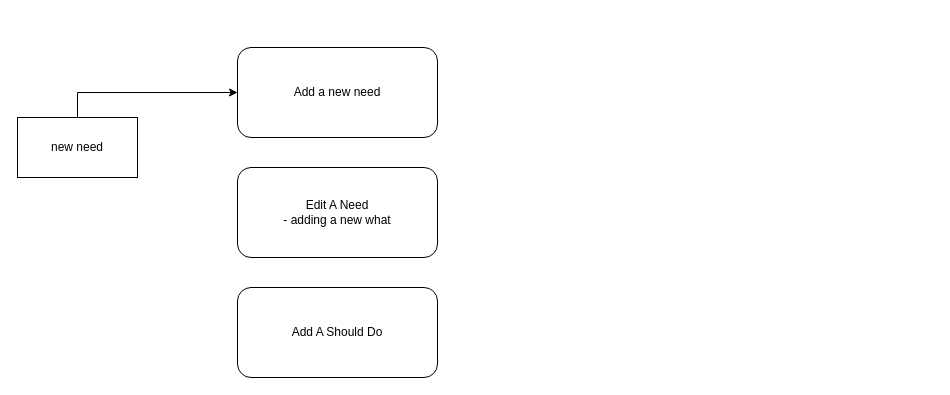
This is shouldist.drawio from appsparkler/draw.io, a draw.io file, before an edit. Source tidied: cells renumbered, new cells numbered last; positions are measured from the earlier drawing's top-left corner, leaving out a move shared by most shapes. Both pictures are drawn from the tidied source at 100%, with x=0, y=0 at pixel (17, 47).
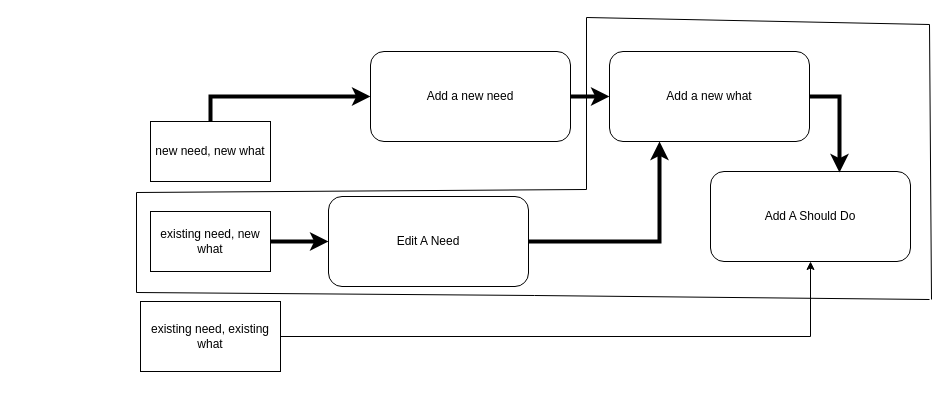
Above is the later version.

What changed in the source:
```diff
@@
+    <mxCell id="7" style="edgeStyle=orthogonalEdgeStyle;rounded=0;jettySize=auto;html=1;entryX=0.25;entryY=1;entryDx=0;entryDy=0;strokeWidth=4;" parent="1" edge="1" source="2" target="14">
+      <mxGeometry relative="1" as="geometry" />
+    </mxCell>
-    <mxCell id="2" value="Edit A Need&lt;br&gt;- adding a new what" style="rounded=1;whiteSpace=wrap;html=1;" parent="1" vertex="1">
-      <mxGeometry x="220" y="120" width="200" height="90" as="geometry" />
+    <mxCell id="2" value="Edit A Need" style="rounded=1;whiteSpace=wrap;html=1;" parent="1" vertex="1">
+      <mxGeometry x="311" y="149" width="200" height="90" as="geometry" />
     </mxCell>
     <mxCell id="3" value="Add A Should Do" style="rounded=1;whiteSpace=wrap;html=1;" parent="1" vertex="1">
-      <mxGeometry x="220" y="240" width="200" height="90" as="geometry" />
+      <mxGeometry x="693" y="124" width="200" height="90" as="geometry" />
     </mxCell>
+    <mxCell id="8" style="edgeStyle=orthogonalEdgeStyle;rounded=0;jettySize=auto;html=1;strokeWidth=4;" parent="1" edge="1" source="4" target="14">
+      <mxGeometry relative="1" as="geometry" />
+    </mxCell>
     <mxCell id="4" value="Add a new need&lt;br&gt;" style="rounded=1;whiteSpace=wrap;html=1;" parent="1" vertex="1">
-      <mxGeometry x="220" width="200" height="90" as="geometry" />
+      <mxGeometry x="353" y="4" width="200" height="90" as="geometry" />
     </mxCell>
-    <mxCell id="5" style="edgeStyle=orthogonalEdgeStyle;rounded=0;jettySize=auto;html=1;entryX=0;entryY=0.5;entryDx=0;entryDy=0;exitX=0.5;exitY=0;exitDx=0;exitDy=0;" parent="1" edge="1" source="6" target="4">
+    <mxCell id="5" style="edgeStyle=orthogonalEdgeStyle;rounded=0;jettySize=auto;html=1;entryX=0;entryY=0.5;entryDx=0;entryDy=0;exitX=0.5;exitY=0;exitDx=0;exitDy=0;strokeWidth=4;" parent="1" edge="1" source="6" target="4">
       <mxGeometry relative="1" as="geometry">
         <Array as="points">
-          <mxPoint x="60" y="45" />
+          <mxPoint x="193" y="49" />
         </Array>
       </mxGeometry>
     </mxCell>
-    <mxCell id="6" value="new need" style="rounded=0;whiteSpace=wrap;html=1;" parent="1" vertex="1">
-      <mxGeometry y="70" width="120" height="60" as="geometry" />
+    <mxCell id="6" value="new need, new what" style="rounded=0;whiteSpace=wrap;html=1;" parent="1" vertex="1">
+      <mxGeometry x="133" y="74" width="120" height="60" as="geometry" />
     </mxCell>
+    <mxCell id="9" style="edgeStyle=orthogonalEdgeStyle;rounded=0;jettySize=auto;html=1;strokeWidth=4;" parent="1" edge="1" source="10" target="2">
+      <mxGeometry relative="1" as="geometry" />
+    </mxCell>
+    <mxCell id="10" value="existing need, new what" style="rounded=0;whiteSpace=wrap;html=1;" parent="1" vertex="1">
+      <mxGeometry x="133" y="164" width="120" height="60" as="geometry" />
+    </mxCell>
+    <mxCell id="11" style="edgeStyle=orthogonalEdgeStyle;rounded=0;jettySize=auto;html=1;entryX=0.5;entryY=1;entryDx=0;entryDy=0;" parent="1" edge="1" source="12" target="3">
+      <mxGeometry relative="1" as="geometry" />
+    </mxCell>
+    <mxCell id="12" value="existing need, existing what" style="rounded=0;whiteSpace=wrap;html=1;" parent="1" vertex="1">
+      <mxGeometry x="123" y="254" width="140" height="70" as="geometry" />
+    </mxCell>
+    <mxCell id="13" style="edgeStyle=orthogonalEdgeStyle;rounded=0;jettySize=auto;html=1;entryX=0.645;entryY=0.011;entryDx=0;entryDy=0;entryPerimeter=0;exitX=1;exitY=0.5;exitDx=0;exitDy=0;strokeWidth=4;" parent="1" edge="1" source="14" target="3">
+      <mxGeometry relative="1" as="geometry" />
+    </mxCell>
+    <mxCell id="14" value="Add a new what" style="rounded=1;whiteSpace=wrap;html=1;" parent="1" vertex="1">
+      <mxGeometry x="592" y="4" width="200" height="90" as="geometry" />
+    </mxCell>
+    <mxCell id="15" style="endArrow=none;html=1;rounded=0;" parent="1" edge="1">
+      <mxGeometry relative="1" as="geometry">
+        <mxPoint x="912" y="252" as="sourcePoint" />
+        <mxPoint x="914" y="252" as="targetPoint" />
+        <Array as="points">
+          <mxPoint x="912" y="252" />
+          <mxPoint x="517" y="248" />
+          <mxPoint x="119" y="245" />
+          <mxPoint x="119" y="145" />
+          <mxPoint x="569" y="142" />
+          <mxPoint x="569" y="-30" />
+          <mxPoint x="912" y="-23" />
+        </Array>
+      </mxGeometry>
+    </mxCell>
```
